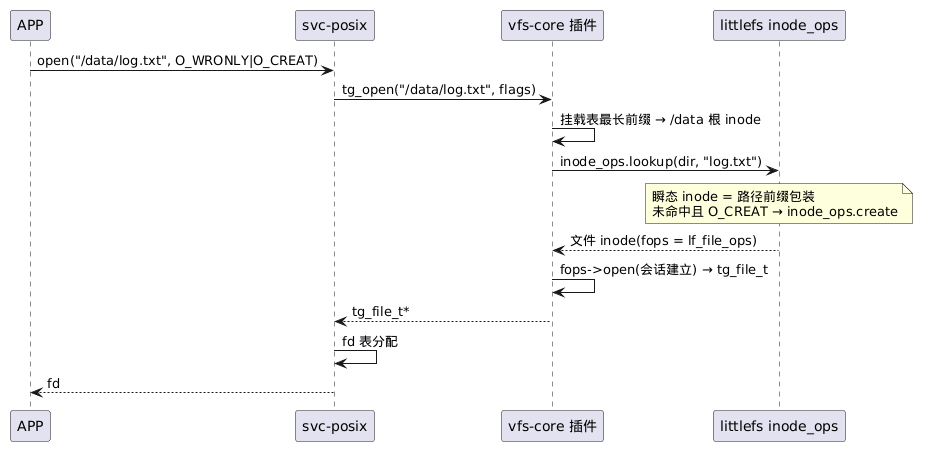
Above: docs/7-storage/pics/7-01-vfs-01.png in zhuyh4n9/brickOS (PlantUML), before the change.
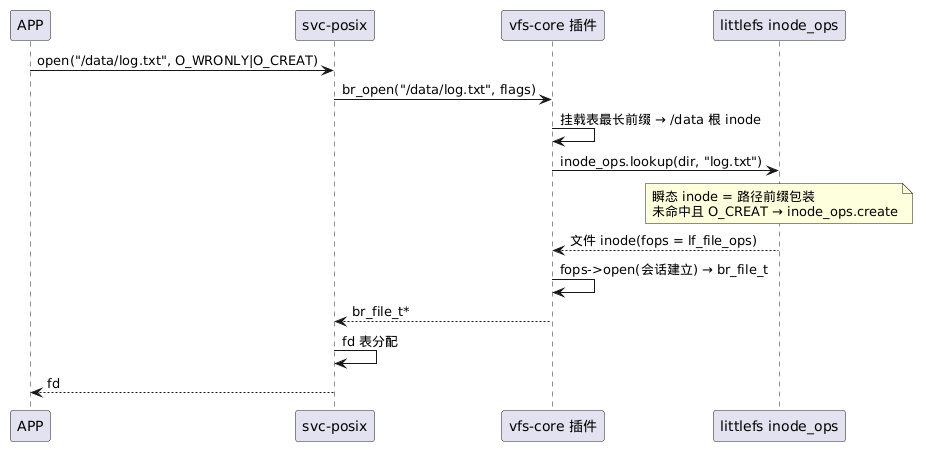
Above is the later version.

The edit, as a diff of the source:
```diff
@@ -4,7 +4,7 @@
 participant "vfs-core 插件" as VF
 participant "littlefs inode_ops" as IN
 APP -> PX: open("/data/log.txt", O_WRONLY|O_CREAT)
-PX -> VF: tg_open("/data/log.txt", flags)
+PX -> VF: br_open("/data/log.txt", flags)
 VF -> VF: 挂载表最长前缀 → /data 根 inode
 VF -> IN: inode_ops.lookup(dir, "log.txt")
 note over IN
@@ -12,8 +12,8 @@
   未命中且 O_CREAT → inode_ops.create
 end note
 IN --> VF: 文件 inode(fops = lf_file_ops)
-VF -> VF: fops->open(会话建立) → tg_file_t
-VF --> PX: tg_file_t*
+VF -> VF: fops->open(会话建立) → br_file_t
+VF --> PX: br_file_t*
 PX -> PX: fd 表分配
 PX --> APP: fd
 @enduml
```
